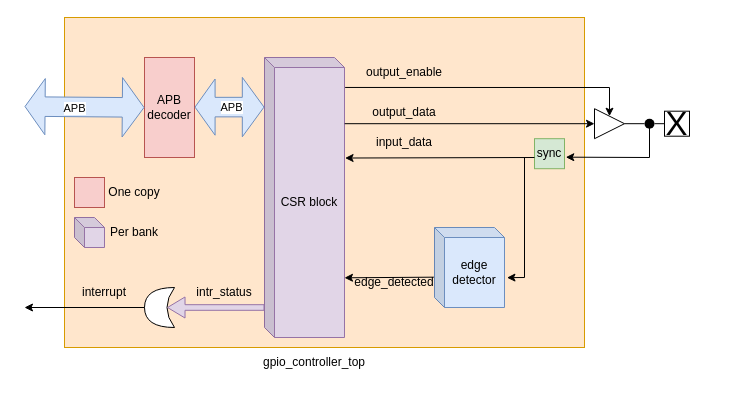
tamarack-silicon/gpio_controller keeps this draw.io diagram as page "Block Diagram" (1 of 2) of doc/micro_architecture_specification/gpio_controller.drawio. Above is the earlier version. Source tidied: cells renumbered, new cells numbered last; positions are measured from the earlier drawing's top-left corner, leaving out a move shared by most shapes. Both pictures are drawn from the tidied source at 100%, with x=0, y=0 at pixel (24, 17).
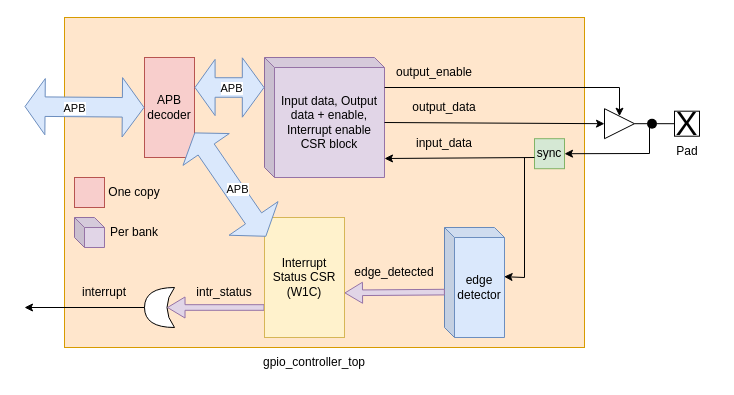
Above is the later version.

Unchanged cells that the change refers to:
```xml
<mxCell id="4" value="APB decoder" style="rounded=0;whiteSpace=wrap;html=1;fillColor=#f8cecc;strokeColor=#b85450;" parent="1" vertex="1">
  <mxGeometry x="120" y="40" width="50" height="100" as="geometry" />
</mxCell>
<mxCell id="32" value="sync" style="whiteSpace=wrap;html=1;fillColor=#d5e8d4;strokeColor=#82b366;" parent="1" vertex="1">
  <mxGeometry x="510" y="121.2" width="30" height="30" as="geometry" />
</mxCell>
```

The edit, as a diff of the source:
```diff
@@
-    <mxCell id="2" style="rounded=0;whiteSpace=wrap;html=1;fillColor=#ffe6cc;strokeColor=#d79b00;" parent="1" vertex="1">
-      <mxGeometry x="40" width="520" height="330" as="geometry" />
-    </mxCell>
+    <mxCell id="36" style="rounded=0;whiteSpace=wrap;html=1;fillColor=#ffe6cc;strokeColor=#d79b00;" parent="1" vertex="1">
+      <mxGeometry x="40" width="520" height="330" as="geometry" />
+    </mxCell>
@@
-    <mxCell id="5" value="CSR block" style="shape=cube;whiteSpace=wrap;html=1;boundedLbl=1;backgroundOutline=1;darkOpacity=0.05;darkOpacity2=0.1;size=10;fillColor=#e1d5e7;strokeColor=#9673a6;" parent="1" vertex="1">
-      <mxGeometry x="240" y="40" width="80" height="280" as="geometry" />
-    </mxCell>
-    <mxCell id="6" style="shape=flexArrow;endArrow=classic;startArrow=classic;html=1;rounded=0;endWidth=35.68;endSize=6.36;startWidth=38.88;startSize=6.892799999999999;width=19.52;fillColor=#dae8fc;strokeColor=#6c8ebf;" parent="1" edge="1">
-      <mxGeometry relative="1" as="geometry">
-        <mxPoint x="120" y="90" as="sourcePoint" />
-        <mxPoint y="89" as="targetPoint" />
-      </mxGeometry>
-    </mxCell>
-    <mxCell id="7" value="&lt;div&gt;APB&lt;/div&gt;" style="edgeLabel;html=1;align=center;verticalAlign=middle;" parent="6" vertex="1">
-      <mxGeometry x="0.06" y="1" relative="1" as="geometry">
-        <mxPoint x="-6" as="offset" />
-      </mxGeometry>
-    </mxCell>
-    <mxCell id="8" style="shape=flexArrow;endArrow=classic;startArrow=classic;html=1;rounded=0;endWidth=35.68;endSize=6.36;startWidth=38.88;startSize=6.892799999999999;width=19.52;fillColor=#dae8fc;strokeColor=#6c8ebf;" parent="1" edge="1">
-      <mxGeometry relative="1" as="geometry">
-        <mxPoint x="240" y="89.6" as="sourcePoint" />
-        <mxPoint x="170" y="89.6" as="targetPoint" />
-      </mxGeometry>
-    </mxCell>
-    <mxCell id="9" value="&lt;div&gt;APB&lt;/div&gt;" style="edgeLabel;html=1;align=center;verticalAlign=middle;" parent="8" vertex="1">
-      <mxGeometry x="-0.03" y="-7" relative="1" as="geometry">
-        <mxPoint y="7" as="offset" />
-      </mxGeometry>
-    </mxCell>
-    <mxCell id="10" style="rounded=0;whiteSpace=wrap;html=1;fillColor=#f8cecc;strokeColor=#b85450;" parent="1" vertex="1">
-      <mxGeometry x="50" y="160" width="30" height="30" as="geometry" />
-    </mxCell>
+    <mxCell id="37" value="Input data, Output data + enable, Interrupt enable CSR block" style="shape=cube;whiteSpace=wrap;html=1;boundedLbl=1;backgroundOutline=1;darkOpacity=0.05;darkOpacity2=0.1;size=10;fillColor=#e1d5e7;strokeColor=#9673a6;" parent="1" vertex="1">
+      <mxGeometry x="240" y="40" width="120" height="120" as="geometry" />
+    </mxCell>
+    <mxCell id="38" style="shape=flexArrow;endArrow=classic;startArrow=classic;html=1;rounded=0;endWidth=35.68;endSize=6.36;startWidth=38.88;startSize=6.892799999999999;width=19.52;fillColor=#dae8fc;strokeColor=#6c8ebf;" parent="1" edge="1">
+      <mxGeometry relative="1" as="geometry">
+        <mxPoint x="120" y="90" as="sourcePoint" />
+        <mxPoint y="89" as="targetPoint" />
+      </mxGeometry>
+    </mxCell>
+    <mxCell id="39" value="&lt;div&gt;APB&lt;/div&gt;" style="edgeLabel;html=1;align=center;verticalAlign=middle;" parent="38" vertex="1">
+      <mxGeometry x="0.06" y="1" relative="1" as="geometry">
+        <mxPoint x="-6" as="offset" />
+      </mxGeometry>
+    </mxCell>
+    <mxCell id="40" style="shape=flexArrow;endArrow=classic;startArrow=classic;html=1;rounded=0;endWidth=35.68;endSize=6.36;startWidth=38.88;startSize=6.892799999999999;width=19.52;fillColor=#dae8fc;strokeColor=#6c8ebf;" parent="1" edge="1">
+      <mxGeometry relative="1" as="geometry">
+        <mxPoint x="240" y="70" as="sourcePoint" />
+        <mxPoint x="170" y="70" as="targetPoint" />
+      </mxGeometry>
+    </mxCell>
+    <mxCell id="41" value="&lt;div&gt;APB&lt;/div&gt;" style="edgeLabel;html=1;align=center;verticalAlign=middle;" parent="40" vertex="1">
+      <mxGeometry x="-0.03" y="-7" relative="1" as="geometry">
+        <mxPoint y="7" as="offset" />
+      </mxGeometry>
+    </mxCell>
+    <mxCell id="42" style="rounded=0;whiteSpace=wrap;html=1;fillColor=#f8cecc;strokeColor=#b85450;" parent="1" vertex="1">
+      <mxGeometry x="50" y="160" width="30" height="30" as="geometry" />
+    </mxCell>
@@
-    <mxCell id="12" style="shape=cube;whiteSpace=wrap;html=1;boundedLbl=1;backgroundOutline=1;darkOpacity=0.05;darkOpacity2=0.1;fillColor=#e1d5e7;strokeColor=#9673a6;size=10;" parent="1" vertex="1">
-      <mxGeometry x="50" y="200" width="30" height="30" as="geometry" />
-    </mxCell>
+    <mxCell id="43" style="shape=cube;whiteSpace=wrap;html=1;boundedLbl=1;backgroundOutline=1;darkOpacity=0.05;darkOpacity2=0.1;fillColor=#e1d5e7;strokeColor=#9673a6;size=10;" parent="1" vertex="1">
+      <mxGeometry x="50" y="200" width="30" height="30" as="geometry" />
+    </mxCell>
@@
-    <mxCell id="14" style="triangle;whiteSpace=wrap;html=1;" parent="1" vertex="1">
-      <mxGeometry x="570" y="91.2" width="30" height="30" as="geometry" />
-    </mxCell>
-    <mxCell id="15" style="endArrow=classic;html=1;rounded=0;entryX=0;entryY=0.5;entryDx=0;entryDy=0;exitX=0;exitY=0;exitDx=80;exitDy=45;exitPerimeter=0;" parent="1" edge="1" target="14">
-      <mxGeometry relative="1" as="geometry">
-        <mxPoint x="320.2" y="106.2" as="sourcePoint" />
-      </mxGeometry>
-    </mxCell>
+    <mxCell id="44" style="triangle;whiteSpace=wrap;html=1;" parent="1" vertex="1">
+      <mxGeometry x="580" y="91.2" width="30" height="30" as="geometry" />
+    </mxCell>
+    <mxCell id="45" style="endArrow=classic;html=1;rounded=0;entryX=0;entryY=0.5;entryDx=0;entryDy=0;exitX=0;exitY=0;exitDx=120;exitDy=65;exitPerimeter=0;" parent="1" edge="1" source="37" target="44">
+      <mxGeometry relative="1" as="geometry" />
+    </mxCell>
     <mxCell id="16" value="&lt;font style=&quot;font-size: 33px;&quot;&gt;X&lt;/font&gt;" style="whiteSpace=wrap;html=1;" parent="1" vertex="1">
-      <mxGeometry x="640" y="93.7" width="25" height="25" as="geometry" />
+      <mxGeometry x="650" y="93.7" width="25" height="25" as="geometry" />
     </mxCell>
-    <mxCell id="17" style="endArrow=none;html=1;rounded=0;exitX=1;exitY=0.5;exitDx=0;exitDy=0;entryX=0;entryY=0.5;entryDx=0;entryDy=0;" parent="1" edge="1" source="35" target="16">
-      <mxGeometry relative="1" as="geometry" />
-    </mxCell>
-    <mxCell id="18" style="endArrow=classic;html=1;rounded=0;entryX=0.5;entryY=0;entryDx=0;entryDy=0;exitX=1.008;exitY=0.107;exitDx=0;exitDy=0;exitPerimeter=0;" parent="1" edge="1" source="5" target="14">
-      <mxGeometry relative="1" as="geometry">
-        <Array as="points">
-          <mxPoint x="585" y="70" />
-        </Array>
-      </mxGeometry>
-    </mxCell>
-    <mxCell id="19" style="endArrow=classic;html=1;rounded=0;entryX=1.043;entryY=0.616;entryDx=0;entryDy=0;entryPerimeter=0;" parent="1" edge="1" target="32">
-      <mxGeometry relative="1" as="geometry">
-        <mxPoint x="625" y="110" as="sourcePoint" />
-        <Array as="points">
-          <mxPoint x="625" y="140" />
-        </Array>
-      </mxGeometry>
-    </mxCell>
-    <mxCell id="20" style="shape=xor;whiteSpace=wrap;html=1;rotation=-180;" parent="1" vertex="1">
-      <mxGeometry x="120" y="270" width="30" height="40" as="geometry" />
-    </mxCell>
-    <mxCell id="21" style="endArrow=classic;html=1;rounded=0;exitX=1;exitY=0.5;exitDx=0;exitDy=0;exitPerimeter=0;" parent="1" edge="1" source="20">
-      <mxGeometry relative="1" as="geometry">
-        <mxPoint y="290" as="targetPoint" />
-      </mxGeometry>
-    </mxCell>
+    <mxCell id="46" style="endArrow=none;html=1;rounded=0;exitX=1;exitY=0.5;exitDx=0;exitDy=0;entryX=0;entryY=0.5;entryDx=0;entryDy=0;" parent="1" edge="1" source="53" target="16">
+      <mxGeometry relative="1" as="geometry" />
+    </mxCell>
+    <mxCell id="47" style="shape=xor;whiteSpace=wrap;html=1;rotation=-180;" parent="1" vertex="1">
+      <mxGeometry x="120" y="270" width="30" height="40" as="geometry" />
+    </mxCell>
+    <mxCell id="48" style="endArrow=classic;html=1;rounded=0;exitX=1;exitY=0.5;exitDx=0;exitDy=0;exitPerimeter=0;" parent="1" edge="1" source="47">
+      <mxGeometry relative="1" as="geometry">
+        <mxPoint y="290" as="targetPoint" />
+      </mxGeometry>
+    </mxCell>
@@
-    <mxCell id="23" style="shape=flexArrow;endArrow=classic;html=1;rounded=0;entryX=0.25;entryY=0.5;entryDx=0;entryDy=0;entryPerimeter=0;fillColor=#e1d5e7;strokeColor=#9673a6;width=5.614035087719298;endSize=5.505263157894737;endWidth=14.453678054786087;" parent="1" edge="1" target="20">
-      <mxGeometry relative="1" as="geometry">
-        <mxPoint x="240" y="290" as="sourcePoint" />
-      </mxGeometry>
-    </mxCell>
+    <mxCell id="49" style="shape=flexArrow;endArrow=classic;html=1;rounded=0;entryX=0.25;entryY=0.5;entryDx=0;entryDy=0;entryPerimeter=0;fillColor=#e1d5e7;strokeColor=#9673a6;width=5.614035087719298;endSize=5.505263157894737;endWidth=14.453678054786087;" parent="1" edge="1" target="47">
+      <mxGeometry relative="1" as="geometry">
+        <mxPoint x="240" y="290" as="sourcePoint" />
+      </mxGeometry>
+    </mxCell>
@@
     <mxCell id="25" value="input_data" style="text;html=1;whiteSpace=wrap;strokeColor=none;fillColor=none;align=center;verticalAlign=middle;rounded=0;" parent="1" vertex="1">
-      <mxGeometry x="350" y="110" width="60" height="30" as="geometry" />
+      <mxGeometry x="390" y="111.2" width="60" height="30" as="geometry" />
     </mxCell>
     <mxCell id="26" value="output_enable" style="text;html=1;whiteSpace=wrap;strokeColor=none;fillColor=none;align=center;verticalAlign=middle;rounded=0;" parent="1" vertex="1">
-      <mxGeometry x="350" y="40" width="60" height="30" as="geometry" />
+      <mxGeometry x="380" y="40" width="60" height="30" as="geometry" />
     </mxCell>
     <mxCell id="27" value="output_data" style="text;html=1;whiteSpace=wrap;strokeColor=none;fillColor=none;align=center;verticalAlign=middle;rounded=0;" parent="1" vertex="1">
-      <mxGeometry x="350" y="80" width="60" height="30" as="geometry" />
+      <mxGeometry x="390" y="75" width="60" height="30" as="geometry" />
     </mxCell>
     <mxCell id="28" value="edge detector" style="shape=cube;whiteSpace=wrap;html=1;boundedLbl=1;backgroundOutline=1;darkOpacity=0.05;darkOpacity2=0.1;size=10;fillColor=#dae8fc;strokeColor=#6c8ebf;" parent="1" vertex="1">
-      <mxGeometry x="410" y="210" width="70" height="80" as="geometry" />
+      <mxGeometry x="420" y="210" width="60" height="110" as="geometry" />
     </mxCell>
-    <mxCell id="29" style="endArrow=classic;html=1;rounded=0;entryX=1.035;entryY=0.627;entryDx=0;entryDy=0;entryPerimeter=0;" parent="1" edge="1" target="28">
-      <mxGeometry relative="1" as="geometry">
-        <mxPoint x="500" y="140" as="sourcePoint" />
-        <Array as="points">
-          <mxPoint x="500" y="260" />
-        </Array>
-      </mxGeometry>
-    </mxCell>
-    <mxCell id="30" style="endArrow=classic;html=1;rounded=0;entryX=0;entryY=0;entryDx=0;entryDy=35;entryPerimeter=0;exitX=-0.009;exitY=0.621;exitDx=0;exitDy=0;exitPerimeter=0;" parent="1" edge="1" source="28">
-      <mxGeometry relative="1" as="geometry">
-        <mxPoint x="320" y="260.3" as="targetPoint" />
-      </mxGeometry>
-    </mxCell>
+    <mxCell id="50" style="endArrow=classic;html=1;rounded=0;entryX=0.993;entryY=0.447;entryDx=0;entryDy=0;entryPerimeter=0;" parent="1" edge="1" target="28">
+      <mxGeometry relative="1" as="geometry">
+        <mxPoint x="500" y="140" as="sourcePoint" />
+        <Array as="points">
+          <mxPoint x="500" y="260" />
+        </Array>
+      </mxGeometry>
+    </mxCell>
     <mxCell id="31" value="edge_detected" style="text;html=1;whiteSpace=wrap;strokeColor=none;fillColor=none;align=center;verticalAlign=middle;rounded=0;" parent="1" vertex="1">
-      <mxGeometry x="340" y="250" width="60" height="30" as="geometry" />
+      <mxGeometry x="340" y="240" width="60" height="30" as="geometry" />
     </mxCell>
@@
-    <mxCell id="33" style="endArrow=classic;html=1;rounded=0;entryX=1.007;entryY=0.359;entryDx=0;entryDy=0;entryPerimeter=0;" parent="1" edge="1" target="5">
-      <mxGeometry relative="1" as="geometry">
-        <mxPoint x="510" y="140" as="sourcePoint" />
-      </mxGeometry>
-    </mxCell>
-    <mxCell id="34" style="endArrow=none;html=1;rounded=0;exitX=1;exitY=0.5;exitDx=0;exitDy=0;entryX=0;entryY=0.5;entryDx=0;entryDy=0;" parent="1" edge="1" source="14" target="35">
-      <mxGeometry relative="1" as="geometry" />
-    </mxCell>
-    <mxCell id="35" style="ellipse;whiteSpace=wrap;html=1;fillColor=light-dark(#000000, #392f3f);strokeColor=none;" parent="1" vertex="1">
-      <mxGeometry x="620" y="101.2" width="10" height="10" as="geometry" />
-    </mxCell>
+    <mxCell id="51" style="endArrow=classic;html=1;rounded=0;" parent="1" edge="1">
+      <mxGeometry relative="1" as="geometry">
+        <mxPoint x="510" y="140" as="sourcePoint" />
+        <mxPoint x="360" y="141" as="targetPoint" />
+      </mxGeometry>
+    </mxCell>
+    <mxCell id="52" style="endArrow=none;html=1;rounded=0;exitX=1;exitY=0.5;exitDx=0;exitDy=0;entryX=0;entryY=0.5;entryDx=0;entryDy=0;" parent="1" edge="1" source="44" target="53">
+      <mxGeometry relative="1" as="geometry" />
+    </mxCell>
+    <mxCell id="53" style="ellipse;whiteSpace=wrap;html=1;fillColor=light-dark(#000000, #392f3f);strokeColor=none;" parent="1" vertex="1">
+      <mxGeometry x="622.5" y="101.2" width="10" height="10" as="geometry" />
+    </mxCell>
+    <mxCell id="54" style="endArrow=classic;html=1;rounded=0;entryX=0.5;entryY=0;entryDx=0;entryDy=0;exitX=1.001;exitY=0.25;exitDx=0;exitDy=0;exitPerimeter=0;" parent="1" edge="1" source="37" target="44">
+      <mxGeometry relative="1" as="geometry">
+        <Array as="points">
+          <mxPoint x="595" y="70" />
+        </Array>
+      </mxGeometry>
+    </mxCell>
+    <mxCell id="55" style="shape=flexArrow;endArrow=classic;html=1;rounded=0;fillColor=#e1d5e7;strokeColor=#9673a6;width=5.614035087719298;endSize=5.505263157894737;endWidth=14.453678054786087;exitX=0.007;exitY=0.72;exitDx=0;exitDy=0;exitPerimeter=0;" parent="1" edge="1">
+      <mxGeometry relative="1" as="geometry">
+        <mxPoint x="420.4" y="274.6" as="sourcePoint" />
+        <mxPoint x="320" y="275.4" as="targetPoint" />
+      </mxGeometry>
+    </mxCell>
+    <mxCell id="56" value="&lt;div&gt;Interrupt Status CSR&lt;/div&gt;&lt;div&gt;(W1C)&lt;/div&gt;" style="rounded=0;whiteSpace=wrap;html=1;fillColor=#fff2cc;strokeColor=#d6b656;" parent="1" vertex="1">
+      <mxGeometry x="240" y="200" width="80" height="120" as="geometry" />
+    </mxCell>
+    <mxCell id="57" style="shape=flexArrow;endArrow=classic;startArrow=classic;html=1;rounded=0;endWidth=35.68;endSize=6.36;startWidth=38.88;startSize=6.892799999999999;width=19.52;fillColor=#dae8fc;strokeColor=#6c8ebf;exitX=0.02;exitY=0.16;exitDx=0;exitDy=0;exitPerimeter=0;entryX=1;entryY=0.75;entryDx=0;entryDy=0;" parent="1" edge="1" source="56" target="4">
+      <mxGeometry relative="1" as="geometry" />
+    </mxCell>
+    <mxCell id="58" value="&lt;div&gt;APB&lt;/div&gt;" style="edgeLabel;html=1;align=center;verticalAlign=middle;" parent="57" vertex="1">
+      <mxGeometry x="-0.03" y="-7" relative="1" as="geometry">
+        <mxPoint y="7" as="offset" />
+      </mxGeometry>
+    </mxCell>
+    <mxCell id="59" value="Pad" style="text;html=1;whiteSpace=wrap;strokeColor=none;fillColor=none;align=center;verticalAlign=middle;rounded=0;" parent="1" vertex="1">
+      <mxGeometry x="632.5" y="118.7" width="60" height="30" as="geometry" />
+    </mxCell>
+    <mxCell id="60" style="endArrow=classic;html=1;rounded=0;entryX=1;entryY=0.5;entryDx=0;entryDy=0;" parent="1" edge="1" target="32">
+      <mxGeometry relative="1" as="geometry">
+        <mxPoint x="625" y="105" as="sourcePoint" />
+        <Array as="points">
+          <mxPoint x="625" y="136" />
+        </Array>
+      </mxGeometry>
+    </mxCell>
```
